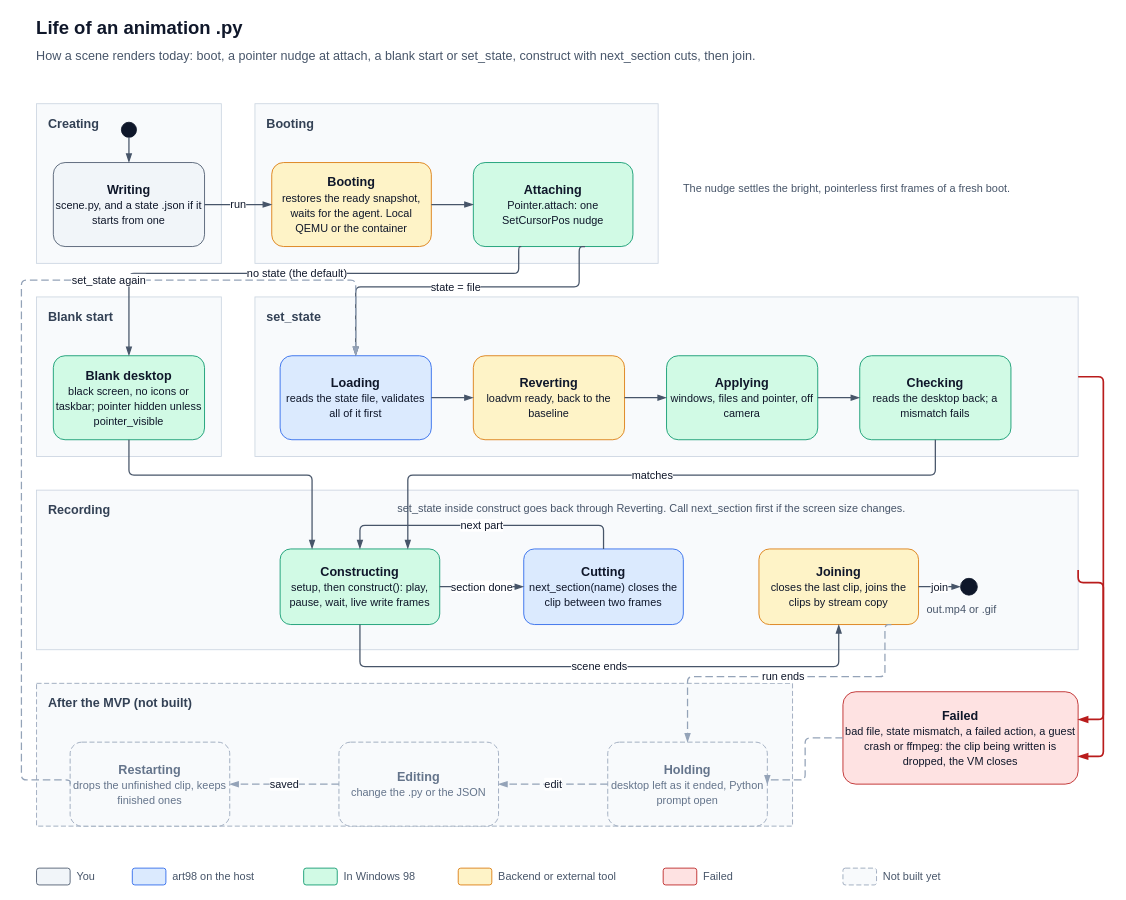
The draw.io diagram docs/design/scene-lifecycle.drawio in StanLukuvka/98artware, before the edit. Source tidied: cells renumbered, new cells numbered last; positions are measured from the earlier drawing's top-left corner, leaving out a move shared by most shapes. Both pictures are drawn from the tidied source at 84%, with x=0, y=0 at pixel (21, 14).
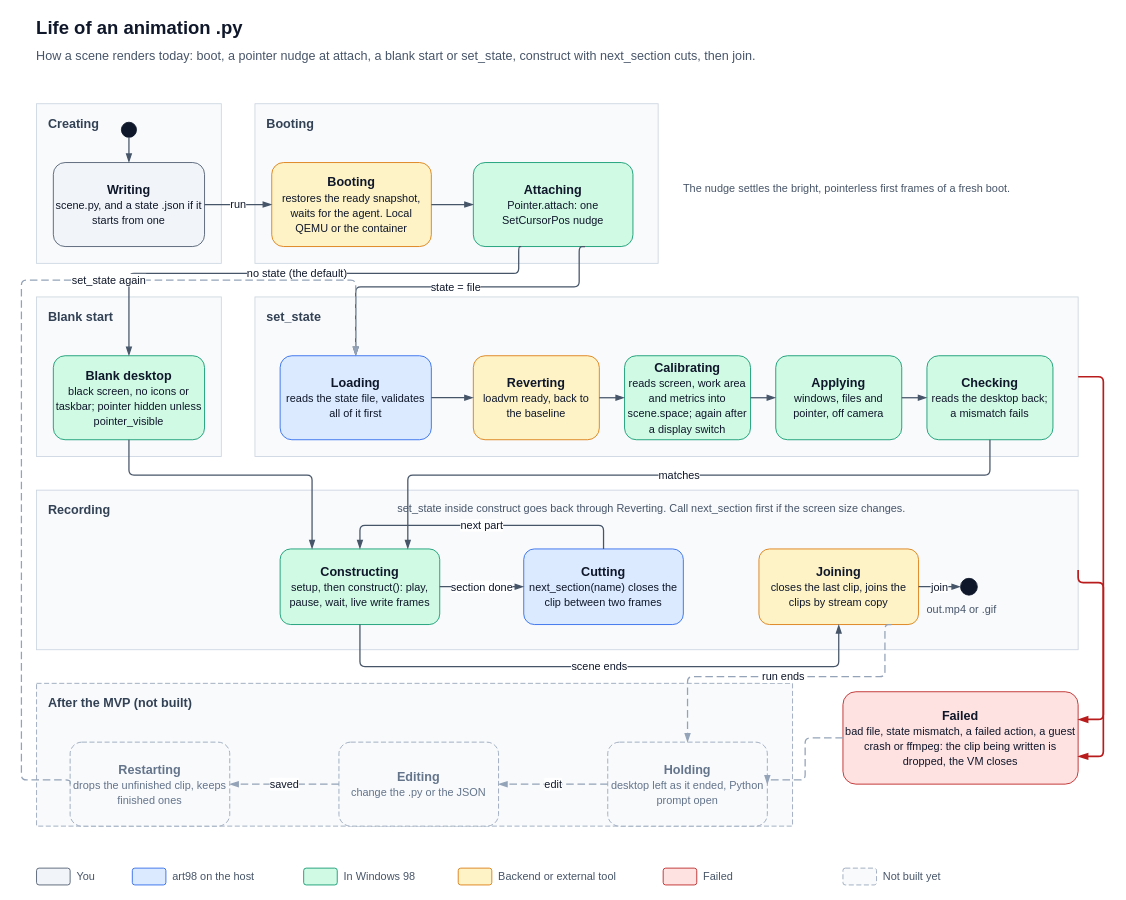
The same diagram, later.

Unchanged cells that the change refers to:
```xml
<mxCell id="29" value="&lt;b&gt;Constructing&lt;/b&gt;&lt;br&gt;&lt;span style=&quot;font-size:13px&quot;&gt;setup, then construct(): play, pause, wait, live write frames&lt;/span&gt;" style="rounded=1;arcSize=14;fillColor=#D1FAE5;strokeColor=#059669;whiteSpace=wrap;html=1;fontFamily=Helvetica;fontSize=15;fontColor=#0F172A;align=center;verticalAlign=middle;spacing=4;" parent="1" vertex="1">
  <mxGeometry x="308" y="636" width="190" height="90" as="geometry" />
</mxCell>
```

Diff of the diagram source:
```diff
@@
     <mxCell id="26" value="&lt;b&gt;Reverting&lt;/b&gt;&lt;br&gt;&lt;span style=&quot;font-size:13px&quot;&gt;loadvm ready, back to the baseline&lt;/span&gt;" style="rounded=1;arcSize=14;fillColor=#FEF3C7;strokeColor=#D97706;whiteSpace=wrap;html=1;fontFamily=Helvetica;fontSize=15;fontColor=#0F172A;align=center;verticalAlign=middle;spacing=4;" parent="1" vertex="1">
-      <mxGeometry x="538" y="406" width="180" height="100" as="geometry" />
+      <mxGeometry x="538" y="406" width="150" height="100" as="geometry" />
     </mxCell>
     <mxCell id="27" value="&lt;b&gt;Applying&lt;/b&gt;&lt;br&gt;&lt;span style=&quot;font-size:13px&quot;&gt;windows, files and pointer, off camera&lt;/span&gt;" style="rounded=1;arcSize=14;fillColor=#D1FAE5;strokeColor=#059669;whiteSpace=wrap;html=1;fontFamily=Helvetica;fontSize=15;fontColor=#0F172A;align=center;verticalAlign=middle;spacing=4;" parent="1" vertex="1">
-      <mxGeometry x="768" y="406" width="180" height="100" as="geometry" />
+      <mxGeometry x="898" y="406" width="150" height="100" as="geometry" />
     </mxCell>
     <mxCell id="28" value="&lt;b&gt;Checking&lt;/b&gt;&lt;br&gt;&lt;span style=&quot;font-size:13px&quot;&gt;reads the desktop back; a mismatch fails&lt;/span&gt;" style="rounded=1;arcSize=14;fillColor=#D1FAE5;strokeColor=#059669;whiteSpace=wrap;html=1;fontFamily=Helvetica;fontSize=15;fontColor=#0F172A;align=center;verticalAlign=middle;spacing=4;" parent="1" vertex="1">
-      <mxGeometry x="998" y="406" width="180" height="100" as="geometry" />
+      <mxGeometry x="1078" y="406" width="150" height="100" as="geometry" />
     </mxCell>
@@
+    <mxCell id="63" value="&lt;b&gt;Calibrating&lt;/b&gt;&lt;br&gt;&lt;span style=&quot;font-size:13px&quot;&gt;reads screen, work area and metrics into scene.space; again after a display switch&lt;/span&gt;" style="rounded=1;arcSize=14;fillColor=#D1FAE5;strokeColor=#059669;whiteSpace=wrap;html=1;fontFamily=Helvetica;fontSize=15;fontColor=#0F172A;align=center;verticalAlign=middle;spacing=4;" parent="1" vertex="1">
+      <mxGeometry x="718" y="406" width="150" height="100" as="geometry" />
+    </mxCell>
+    <mxCell id="64" style="html=1;fontFamily=Helvetica;fontSize=13;fontColor=#0F172A;strokeColor=#475569;strokeWidth=1.5;edgeStyle=orthogonalEdgeStyle;rounded=1;arcSize=12;labelBackgroundColor=#FFFFFF;endArrow=blockThin;endFill=1;endSize=7;exitX=1;exitY=0.5;exitDx=0;exitDy=0;entryX=0;entryY=0.5;entryDx=0;entryDy=0;" parent="1" edge="1" source="63" target="27">
+      <mxGeometry relative="1" as="geometry" />
+    </mxCell>
@@
-    <mxCell id="42" style="html=1;fontFamily=Helvetica;fontSize=13;fontColor=#0F172A;strokeColor=#475569;strokeWidth=1.5;edgeStyle=orthogonalEdgeStyle;rounded=1;arcSize=12;labelBackgroundColor=#FFFFFF;endArrow=blockThin;endFill=1;endSize=7;exitX=1;exitY=0.5;exitDx=0;exitDy=0;entryX=0;entryY=0.5;entryDx=0;entryDy=0;" parent="1" edge="1" source="26" target="27">
+    <mxCell id="42" style="html=1;fontFamily=Helvetica;fontSize=13;fontColor=#0F172A;strokeColor=#475569;strokeWidth=1.5;edgeStyle=orthogonalEdgeStyle;rounded=1;arcSize=12;labelBackgroundColor=#FFFFFF;endArrow=blockThin;endFill=1;endSize=7;exitX=1;exitY=0.5;exitDx=0;exitDy=0;entryX=0;entryY=0.5;entryDx=0;entryDy=0;" parent="1" edge="1" source="26" target="63">
       <mxGeometry relative="1" as="geometry" />
     </mxCell>
@@
     <mxCell id="45" value="matches" style="html=1;fontFamily=Helvetica;fontSize=13;fontColor=#0F172A;strokeColor=#475569;strokeWidth=1.5;edgeStyle=orthogonalEdgeStyle;rounded=1;arcSize=12;labelBackgroundColor=#FFFFFF;endArrow=blockThin;endFill=1;endSize=7;exitX=0.5;exitY=1;exitDx=0;exitDy=0;entryX=0.8;entryY=0;entryDx=0;entryDy=0;" parent="1" edge="1" source="28" target="29">
       <mxGeometry relative="1" as="geometry">
         <Array as="points">
-          <mxPoint x="1088" y="548" />
+          <mxPoint x="1153" y="548" />
           <mxPoint x="460" y="548" />
         </Array>
       </mxGeometry>
     </mxCell>
```
